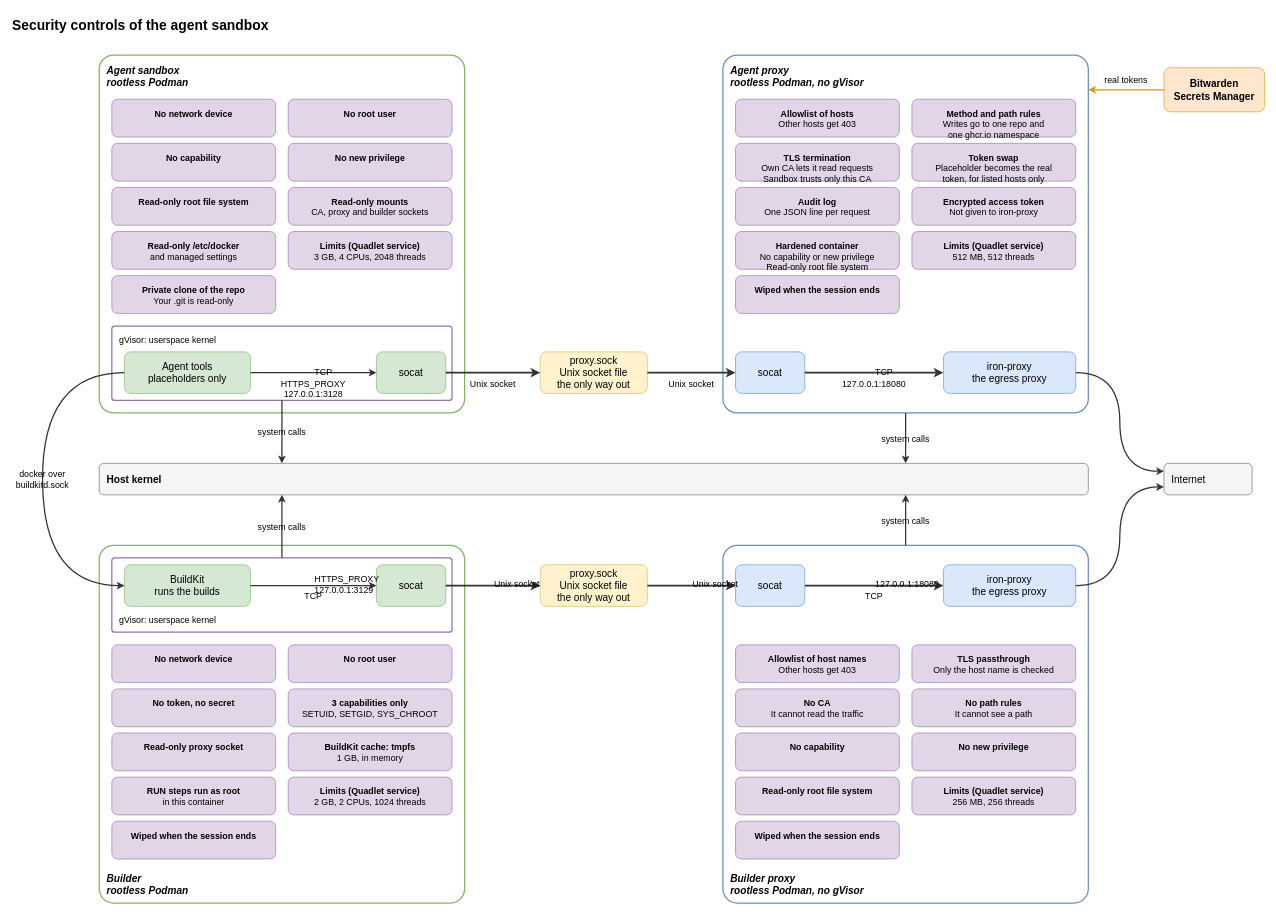
The draw.io diagram .sandbox/docs/diagrams/security-controls.drawio in raghav19/engineersdaybook, before the edit. Source tidied: cells renumbered, new cells numbered last; positions are measured from the earlier drawing's top-left corner, leaving out a move shared by most shapes. Both pictures are drawn from the tidied source at 63%, with x=0, y=0 at pixel (11, 11).
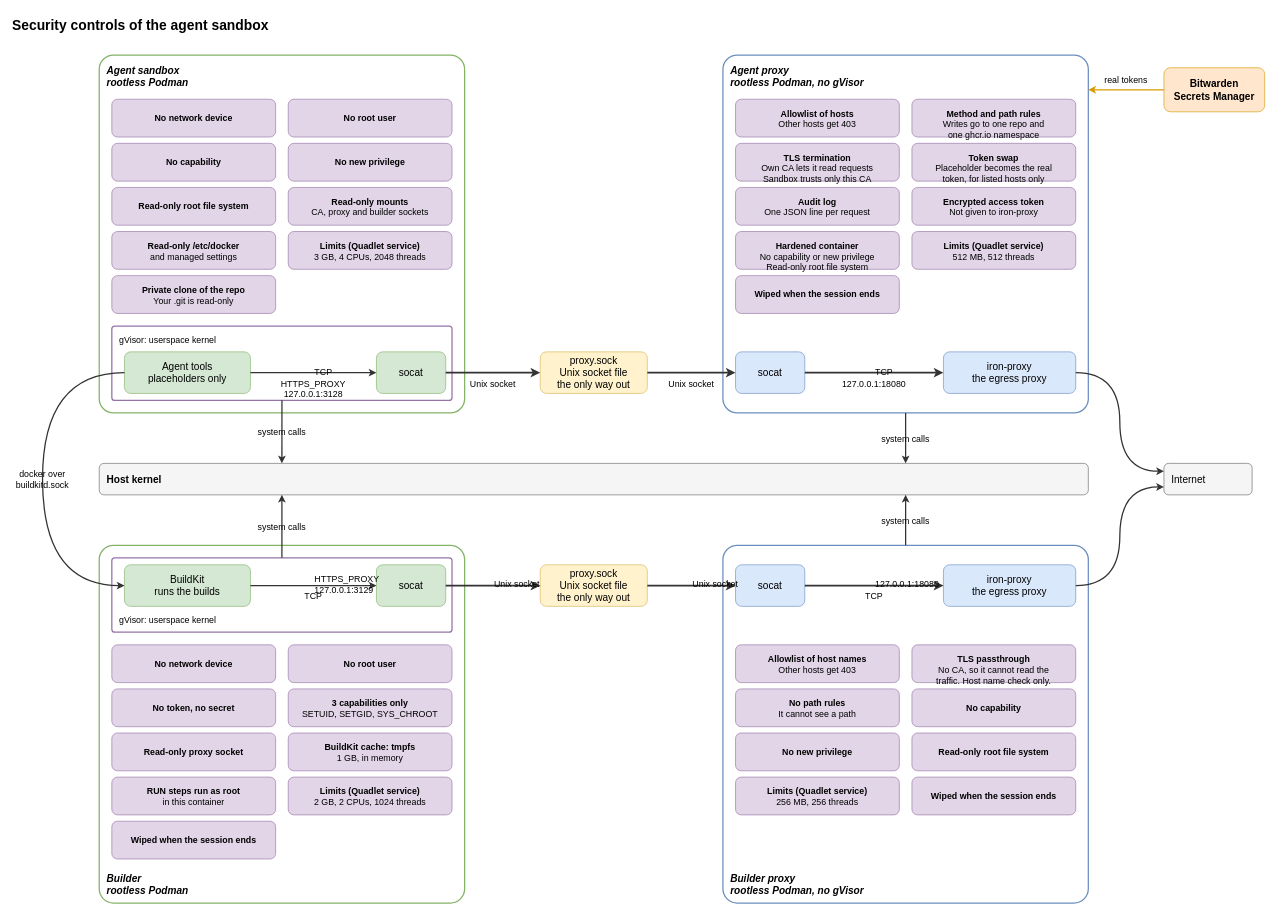
After the change.

Commit message (it also covers changes not shown here):
sandbox: merge the TLS boxes and centre the single-line controls

The builder proxy has one TLS passthrough box. It says that the proxy has
no CA. A control that has only a bold heading is centred in its box.

Change to the diagram source:
```diff
@@
-    <mxCell id="13" value="&lt;b&gt;Wiped when the session ends&lt;/b&gt;" style="rounded=1;whiteSpace=wrap;html=1;fontSize=14;fillColor=#e1d5e7;strokeColor=#9673a6;align=center;verticalAlign=top;spacingTop=8;" parent="1" vertex="1">
+    <mxCell id="13" value="&lt;b&gt;Wiped when the session ends&lt;/b&gt;" style="rounded=1;whiteSpace=wrap;html=1;fontSize=14;fillColor=#e1d5e7;strokeColor=#9673a6;align=center;verticalAlign=middle;" parent="1" vertex="1">
       <mxGeometry x="1150" y="420" width="260" height="60" as="geometry" />
     </mxCell>
@@
-    <mxCell id="18" value="&lt;b&gt;TLS passthrough&lt;/b&gt;&lt;br&gt;Only the host name is checked" style="rounded=1;whiteSpace=wrap;html=1;fontSize=14;fillColor=#e1d5e7;strokeColor=#9673a6;align=center;verticalAlign=top;spacingTop=8;" parent="1" vertex="1">
+    <mxCell id="18" value="&lt;b&gt;TLS passthrough&lt;/b&gt;&lt;br&gt;No CA, so it cannot read the&lt;br&gt;traffic. Host name check only." style="rounded=1;whiteSpace=wrap;html=1;fontSize=14;fillColor=#e1d5e7;strokeColor=#9673a6;align=center;verticalAlign=top;spacingTop=8;" parent="1" vertex="1">
       <mxGeometry x="1430" y="1006" width="260" height="60" as="geometry" />
     </mxCell>
-    <mxCell id="19" value="&lt;b&gt;No CA&lt;/b&gt;&lt;br&gt;It cannot read the traffic" style="rounded=1;whiteSpace=wrap;html=1;fontSize=14;fillColor=#e1d5e7;strokeColor=#9673a6;align=center;verticalAlign=top;spacingTop=8;" parent="1" vertex="1">
+    <mxCell id="19" value="&lt;b&gt;No path rules&lt;/b&gt;&lt;br&gt;It cannot see a path" style="rounded=1;whiteSpace=wrap;html=1;fontSize=14;fillColor=#e1d5e7;strokeColor=#9673a6;align=center;verticalAlign=top;spacingTop=8;" parent="1" vertex="1">
       <mxGeometry x="1150" y="1076" width="260" height="60" as="geometry" />
     </mxCell>
-    <mxCell id="20" value="&lt;b&gt;No path rules&lt;/b&gt;&lt;br&gt;It cannot see a path" style="rounded=1;whiteSpace=wrap;html=1;fontSize=14;fillColor=#e1d5e7;strokeColor=#9673a6;align=center;verticalAlign=top;spacingTop=8;" parent="1" vertex="1">
+    <mxCell id="20" value="&lt;b&gt;No capability&lt;/b&gt;" style="rounded=1;whiteSpace=wrap;html=1;fontSize=14;fillColor=#e1d5e7;strokeColor=#9673a6;align=center;verticalAlign=middle;" parent="1" vertex="1">
       <mxGeometry x="1430" y="1076" width="260" height="60" as="geometry" />
     </mxCell>
-    <mxCell id="21" value="&lt;b&gt;No capability&lt;/b&gt;" style="rounded=1;whiteSpace=wrap;html=1;fontSize=14;fillColor=#e1d5e7;strokeColor=#9673a6;align=center;verticalAlign=top;spacingTop=8;" parent="1" vertex="1">
+    <mxCell id="21" value="&lt;b&gt;No new privilege&lt;/b&gt;" style="rounded=1;whiteSpace=wrap;html=1;fontSize=14;fillColor=#e1d5e7;strokeColor=#9673a6;align=center;verticalAlign=middle;" parent="1" vertex="1">
       <mxGeometry x="1150" y="1146" width="260" height="60" as="geometry" />
     </mxCell>
-    <mxCell id="22" value="&lt;b&gt;No new privilege&lt;/b&gt;" style="rounded=1;whiteSpace=wrap;html=1;fontSize=14;fillColor=#e1d5e7;strokeColor=#9673a6;align=center;verticalAlign=top;spacingTop=8;" parent="1" vertex="1">
+    <mxCell id="22" value="&lt;b&gt;Read-only root file system&lt;/b&gt;" style="rounded=1;whiteSpace=wrap;html=1;fontSize=14;fillColor=#e1d5e7;strokeColor=#9673a6;align=center;verticalAlign=middle;" parent="1" vertex="1">
       <mxGeometry x="1430" y="1146" width="260" height="60" as="geometry" />
     </mxCell>
-    <mxCell id="23" value="&lt;b&gt;Read-only root file system&lt;/b&gt;" style="rounded=1;whiteSpace=wrap;html=1;fontSize=14;fillColor=#e1d5e7;strokeColor=#9673a6;align=center;verticalAlign=top;spacingTop=8;" parent="1" vertex="1">
+    <mxCell id="23" value="&lt;b&gt;Limits (Quadlet service)&lt;/b&gt;&lt;br&gt;256 MB, 256 threads" style="rounded=1;whiteSpace=wrap;html=1;fontSize=14;fillColor=#e1d5e7;strokeColor=#9673a6;align=center;verticalAlign=top;spacingTop=8;" parent="1" vertex="1">
       <mxGeometry x="1150" y="1216" width="260" height="60" as="geometry" />
     </mxCell>
-    <mxCell id="24" value="&lt;b&gt;Limits (Quadlet service)&lt;/b&gt;&lt;br&gt;256 MB, 256 threads" style="rounded=1;whiteSpace=wrap;html=1;fontSize=14;fillColor=#e1d5e7;strokeColor=#9673a6;align=center;verticalAlign=top;spacingTop=8;" parent="1" vertex="1">
+    <mxCell id="24" value="&lt;b&gt;Wiped when the session ends&lt;/b&gt;" style="rounded=1;whiteSpace=wrap;html=1;fontSize=14;fillColor=#e1d5e7;strokeColor=#9673a6;align=center;verticalAlign=middle;" parent="1" vertex="1">
       <mxGeometry x="1430" y="1216" width="260" height="60" as="geometry" />
     </mxCell>
-    <mxCell id="25" value="&lt;b&gt;Wiped when the session ends&lt;/b&gt;" style="rounded=1;whiteSpace=wrap;html=1;fontSize=14;fillColor=#e1d5e7;strokeColor=#9673a6;align=center;verticalAlign=top;spacingTop=8;" parent="1" vertex="1">
-      <mxGeometry x="1150" y="1286" width="260" height="60" as="geometry" />
-    </mxCell>
@@
-    <mxCell id="29" value="&lt;b&gt;No network device&lt;/b&gt;" style="rounded=1;whiteSpace=wrap;html=1;fontSize=14;fillColor=#e1d5e7;strokeColor=#9673a6;align=center;verticalAlign=top;spacingTop=8;" parent="1" vertex="1">
+    <mxCell id="29" value="&lt;b&gt;No network device&lt;/b&gt;" style="rounded=1;whiteSpace=wrap;html=1;fontSize=14;fillColor=#e1d5e7;strokeColor=#9673a6;align=center;verticalAlign=middle;" parent="1" vertex="1">
       <mxGeometry x="160" y="140" width="260" height="60" as="geometry" />
     </mxCell>
-    <mxCell id="30" value="&lt;b&gt;No root user&lt;/b&gt;" style="rounded=1;whiteSpace=wrap;html=1;fontSize=14;fillColor=#e1d5e7;strokeColor=#9673a6;align=center;verticalAlign=top;spacingTop=8;" parent="1" vertex="1">
+    <mxCell id="30" value="&lt;b&gt;No root user&lt;/b&gt;" style="rounded=1;whiteSpace=wrap;html=1;fontSize=14;fillColor=#e1d5e7;strokeColor=#9673a6;align=center;verticalAlign=middle;" parent="1" vertex="1">
       <mxGeometry x="440" y="140" width="260" height="60" as="geometry" />
     </mxCell>
-    <mxCell id="31" value="&lt;b&gt;No capability&lt;/b&gt;" style="rounded=1;whiteSpace=wrap;html=1;fontSize=14;fillColor=#e1d5e7;strokeColor=#9673a6;align=center;verticalAlign=top;spacingTop=8;" parent="1" vertex="1">
+    <mxCell id="31" value="&lt;b&gt;No capability&lt;/b&gt;" style="rounded=1;whiteSpace=wrap;html=1;fontSize=14;fillColor=#e1d5e7;strokeColor=#9673a6;align=center;verticalAlign=middle;" parent="1" vertex="1">
       <mxGeometry x="160" y="210" width="260" height="60" as="geometry" />
     </mxCell>
-    <mxCell id="32" value="&lt;b&gt;No new privilege&lt;/b&gt;" style="rounded=1;whiteSpace=wrap;html=1;fontSize=14;fillColor=#e1d5e7;strokeColor=#9673a6;align=center;verticalAlign=top;spacingTop=8;" parent="1" vertex="1">
+    <mxCell id="32" value="&lt;b&gt;No new privilege&lt;/b&gt;" style="rounded=1;whiteSpace=wrap;html=1;fontSize=14;fillColor=#e1d5e7;strokeColor=#9673a6;align=center;verticalAlign=middle;" parent="1" vertex="1">
       <mxGeometry x="440" y="210" width="260" height="60" as="geometry" />
     </mxCell>
-    <mxCell id="33" value="&lt;b&gt;Read-only root file system&lt;/b&gt;" style="rounded=1;whiteSpace=wrap;html=1;fontSize=14;fillColor=#e1d5e7;strokeColor=#9673a6;align=center;verticalAlign=top;spacingTop=8;" parent="1" vertex="1">
+    <mxCell id="33" value="&lt;b&gt;Read-only root file system&lt;/b&gt;" style="rounded=1;whiteSpace=wrap;html=1;fontSize=14;fillColor=#e1d5e7;strokeColor=#9673a6;align=center;verticalAlign=middle;" parent="1" vertex="1">
       <mxGeometry x="160" y="280" width="260" height="60" as="geometry" />
     </mxCell>
@@
-    <mxCell id="42" value="&lt;b&gt;No network device&lt;/b&gt;" style="rounded=1;whiteSpace=wrap;html=1;fontSize=14;fillColor=#e1d5e7;strokeColor=#9673a6;align=center;verticalAlign=top;spacingTop=8;" parent="1" vertex="1">
+    <mxCell id="42" value="&lt;b&gt;No network device&lt;/b&gt;" style="rounded=1;whiteSpace=wrap;html=1;fontSize=14;fillColor=#e1d5e7;strokeColor=#9673a6;align=center;verticalAlign=middle;" parent="1" vertex="1">
       <mxGeometry x="160" y="1006" width="260" height="60" as="geometry" />
     </mxCell>
-    <mxCell id="43" value="&lt;b&gt;No root user&lt;/b&gt;" style="rounded=1;whiteSpace=wrap;html=1;fontSize=14;fillColor=#e1d5e7;strokeColor=#9673a6;align=center;verticalAlign=top;spacingTop=8;" parent="1" vertex="1">
+    <mxCell id="43" value="&lt;b&gt;No root user&lt;/b&gt;" style="rounded=1;whiteSpace=wrap;html=1;fontSize=14;fillColor=#e1d5e7;strokeColor=#9673a6;align=center;verticalAlign=middle;" parent="1" vertex="1">
       <mxGeometry x="440" y="1006" width="260" height="60" as="geometry" />
     </mxCell>
-    <mxCell id="44" value="&lt;b&gt;No token, no secret&lt;/b&gt;" style="rounded=1;whiteSpace=wrap;html=1;fontSize=14;fillColor=#e1d5e7;strokeColor=#9673a6;align=center;verticalAlign=top;spacingTop=8;" parent="1" vertex="1">
+    <mxCell id="44" value="&lt;b&gt;No token, no secret&lt;/b&gt;" style="rounded=1;whiteSpace=wrap;html=1;fontSize=14;fillColor=#e1d5e7;strokeColor=#9673a6;align=center;verticalAlign=middle;" parent="1" vertex="1">
       <mxGeometry x="160" y="1076" width="260" height="60" as="geometry" />
     </mxCell>
@@
-    <mxCell id="46" value="&lt;b&gt;Read-only proxy socket&lt;/b&gt;" style="rounded=1;whiteSpace=wrap;html=1;fontSize=14;fillColor=#e1d5e7;strokeColor=#9673a6;align=center;verticalAlign=top;spacingTop=8;" parent="1" vertex="1">
+    <mxCell id="46" value="&lt;b&gt;Read-only proxy socket&lt;/b&gt;" style="rounded=1;whiteSpace=wrap;html=1;fontSize=14;fillColor=#e1d5e7;strokeColor=#9673a6;align=center;verticalAlign=middle;" parent="1" vertex="1">
       <mxGeometry x="160" y="1146" width="260" height="60" as="geometry" />
     </mxCell>
@@
-    <mxCell id="50" value="&lt;b&gt;Wiped when the session ends&lt;/b&gt;" style="rounded=1;whiteSpace=wrap;html=1;fontSize=14;fillColor=#e1d5e7;strokeColor=#9673a6;align=center;verticalAlign=top;spacingTop=8;" parent="1" vertex="1">
+    <mxCell id="50" value="&lt;b&gt;Wiped when the session ends&lt;/b&gt;" style="rounded=1;whiteSpace=wrap;html=1;fontSize=14;fillColor=#e1d5e7;strokeColor=#9673a6;align=center;verticalAlign=middle;" parent="1" vertex="1">
       <mxGeometry x="160" y="1286" width="260" height="60" as="geometry" />
     </mxCell>
```
